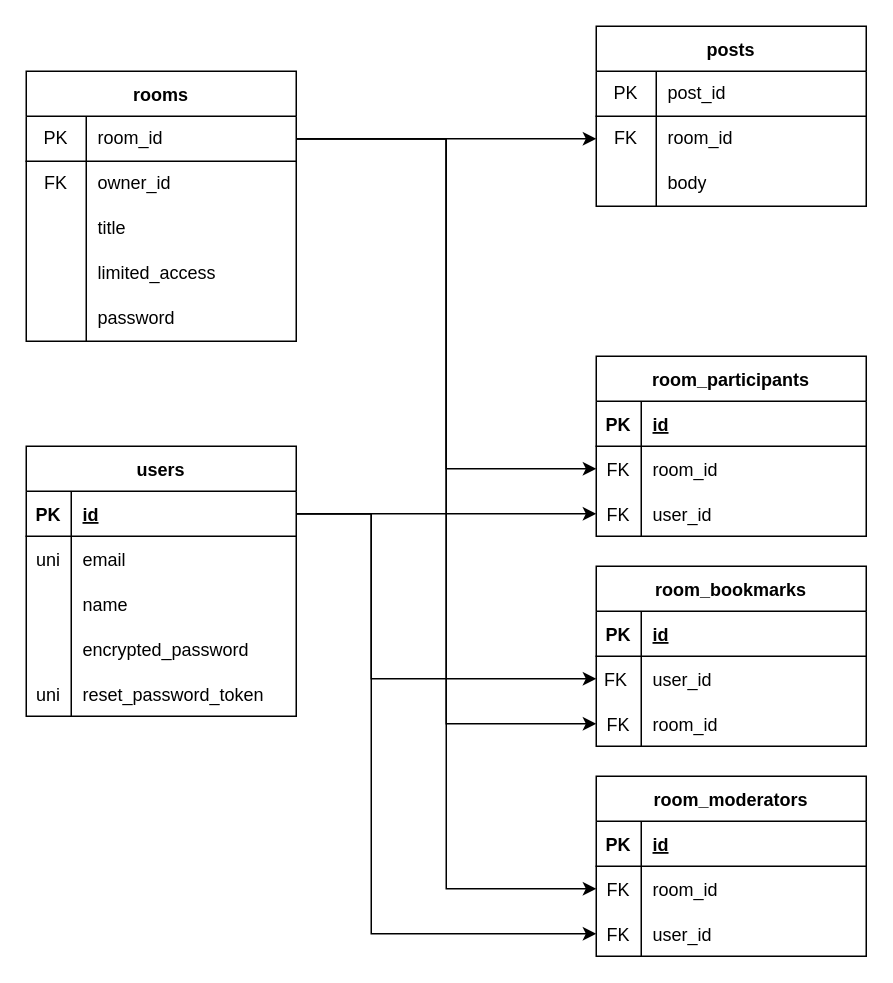
Before: EntryRelation.drawio in Terufuji3/ANONIM, a draw.io diagram. Source tidied: cells renumbered, new cells numbered last; positions are measured from the earlier drawing's top-left corner, leaving out a move shared by most shapes. Both pictures are drawn from the tidied source at 150%, with x=0, y=0 at pixel (10, 26).
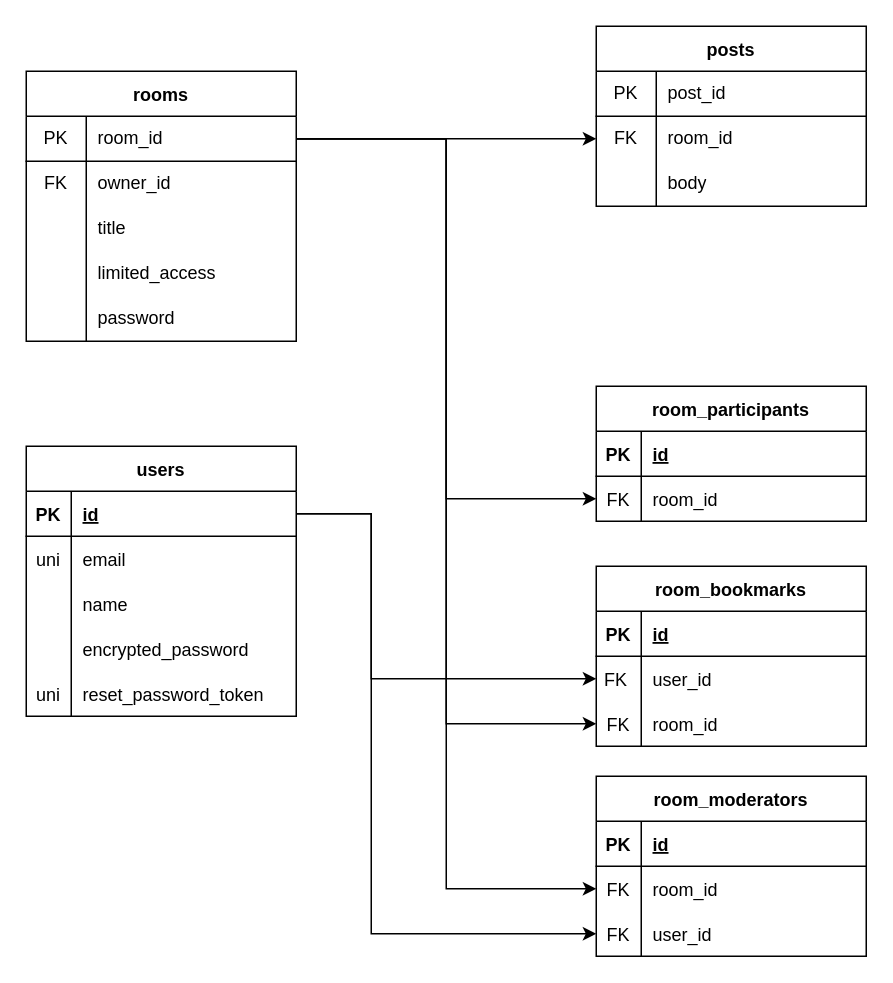
The same page after the edit.

Commit message:
EntryRelation.drawio を更新します

Unchanged cells that the change refers to:
```xml
<mxCell id="31" style="shape=tableRow;horizontal=0;startSize=0;swimlaneHead=0;swimlaneBody=0;fillColor=none;points=[[0,0.5],[1,0.5]];portConstraint=eastwest;top=0;left=0;right=0;bottom=1;" parent="30" vertex="1">
  <mxGeometry y="30" width="180" height="30" as="geometry" />
</mxCell>
```

Diff of the diagram source:
```diff
@@
-    <mxCell id="29" style="edgeStyle=orthogonalEdgeStyle;rounded=0;jettySize=auto;html=1;entryX=0;entryY=0.5;entryDx=0;entryDy=0;" parent="1" edge="1" source="31" target="53">
+    <mxCell id="29" style="edgeStyle=orthogonalEdgeStyle;rounded=0;jettySize=auto;html=1;entryX=0;entryY=0.5;entryDx=0;entryDy=0;" parent="1" edge="1" source="31">
       <mxGeometry relative="1" as="geometry" />
     </mxCell>
@@
     <mxCell id="46" value="room_participants" style="shape=table;startSize=30;childLayout=tableLayout;rowLines=0;fontStyle=1;align=center;" parent="1" vertex="1">
-      <mxGeometry x="390" y="220" width="180" height="120" as="geometry" />
+      <mxGeometry x="390" y="240" width="180" height="90" as="geometry" />
     </mxCell>
@@
-    <mxCell id="53" style="shape=tableRow;horizontal=0;startSize=0;swimlaneHead=0;swimlaneBody=0;fillColor=none;points=[[0,0.5],[1,0.5]];portConstraint=eastwest;top=0;left=0;right=0;bottom=0;" parent="46" vertex="1">
-      <mxGeometry y="90" width="180" height="30" as="geometry" />
-    </mxCell>
-    <mxCell id="54" value="FK" style="shape=partialRectangle;fillColor=none;top=0;left=0;bottom=0;right=0;overflow=hidden;" parent="53" vertex="1">
-      <mxGeometry width="30" height="30" as="geometry" />
-    </mxCell>
-    <mxCell id="55" value="user_id" style="shape=partialRectangle;fillColor=none;top=0;left=0;bottom=0;right=0;align=left;spacingLeft=6;overflow=hidden;" parent="53" vertex="1">
-      <mxGeometry x="30" width="150" height="30" as="geometry" />
-    </mxCell>
```
